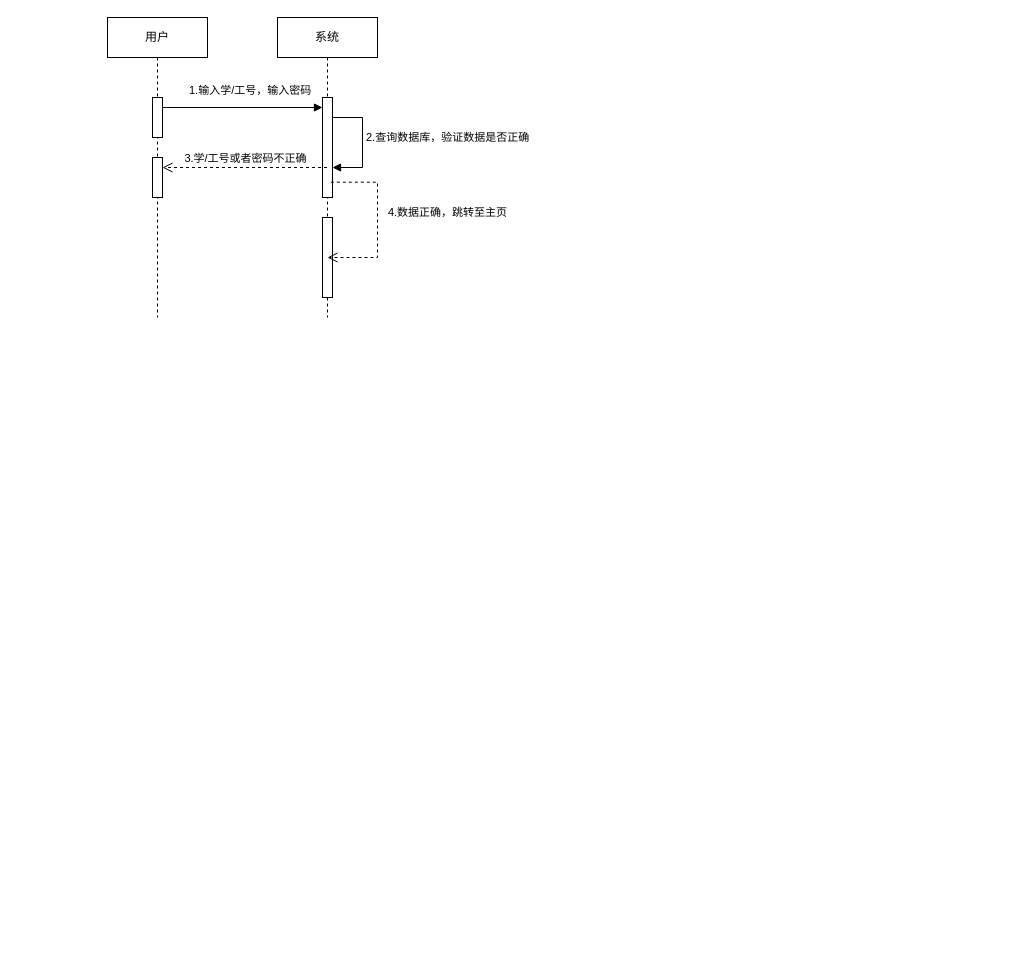
Above: 顺序图（开发组）.drawio in Huangzhu-zhu/- (draw.io), before the change. Source tidied: cells renumbered, new cells numbered last; positions are measured from the earlier drawing's top-left corner, leaving out a move shared by most shapes. Both pictures are drawn from the tidied source at 100%, with x=0, y=0 at pixel (107, 17).
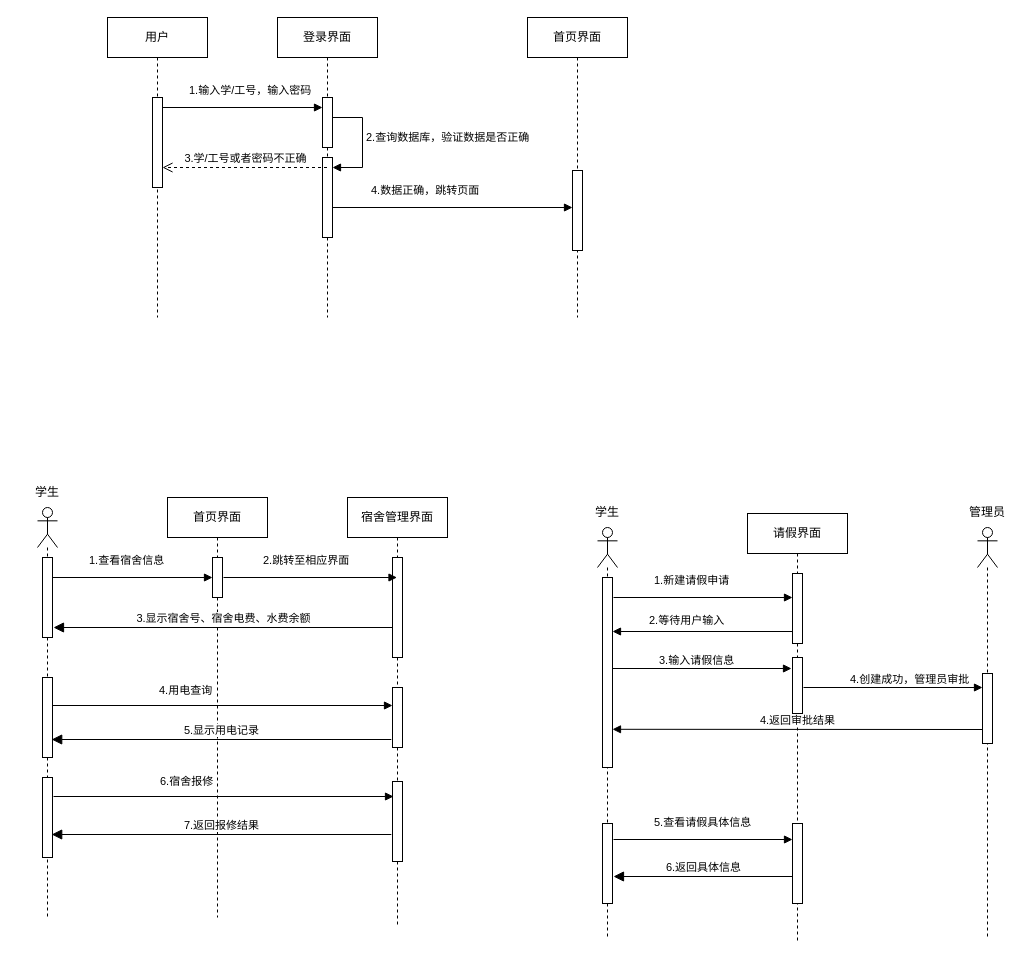
The same page after the edit.

Commit message (it also covers changes not shown here):
更新顺序图（开发组）.drawio

Unchanged cells that the change refers to:
```xml
<mxCell id="2" value="用户" style="shape=umlLifeline;perimeter=lifelinePerimeter;whiteSpace=wrap;html=1;newEdgeStyle={&quot;curved&quot;:0,&quot;rounded&quot;:0};" parent="1" vertex="1">
  <mxGeometry width="100" height="300" as="geometry" />
</mxCell>
```

The edit, as a diff of the source:
```diff
@@
     <mxCell id="3" style="html=1;perimeter=orthogonalPerimeter;targetShapes=umlLifeline;newEdgeStyle={&quot;curved&quot;:0,&quot;rounded&quot;:0};" parent="2" vertex="1">
-      <mxGeometry x="45" y="80" width="10" height="40" as="geometry" />
+      <mxGeometry x="45" y="80" width="10" height="90" as="geometry" />
     </mxCell>
-    <mxCell id="4" style="html=1;points=[[0,0,0,0,5],[0,1,0,0,-5],[1,0,0,0,5],[1,1,0,0,-5]];perimeter=orthogonalPerimeter;outlineConnect=0;targetShapes=umlLifeline;portConstraint=eastwest;newEdgeStyle={&quot;curved&quot;:0,&quot;rounded&quot;:0};" parent="2" vertex="1">
-      <mxGeometry x="45" y="140" width="10" height="40" as="geometry" />
-    </mxCell>
-    <mxCell id="5" value="系统" style="shape=umlLifeline;perimeter=lifelinePerimeter;whiteSpace=wrap;html=1;outlineConnect=0;portConstraint=eastwest;newEdgeStyle={&quot;curved&quot;:0,&quot;rounded&quot;:0};" parent="1" vertex="1">
+    <mxCell id="5" value="登录界面" style="shape=umlLifeline;perimeter=lifelinePerimeter;whiteSpace=wrap;html=1;outlineConnect=0;portConstraint=eastwest;newEdgeStyle={&quot;curved&quot;:0,&quot;rounded&quot;:0};" parent="1" vertex="1">
       <mxGeometry x="170" width="100" height="300" as="geometry" />
     </mxCell>
     <mxCell id="6" style="html=1;points=[[0,0,0,0,5],[0,1,0,0,-5],[1,0,0,0,5],[1,1,0,0,-5]];perimeter=orthogonalPerimeter;outlineConnect=0;targetShapes=umlLifeline;portConstraint=eastwest;newEdgeStyle={&quot;curved&quot;:0,&quot;rounded&quot;:0};" parent="5" vertex="1">
-      <mxGeometry x="45" y="80" width="10" height="100" as="geometry" />
+      <mxGeometry x="45" y="80" width="10" height="50" as="geometry" />
     </mxCell>
@@
-    <mxCell id="8" style="html=1;points=[[0,0,0,0,5],[0,1,0,0,-5],[1,0,0,0,5],[1,1,0,0,-5]];perimeter=orthogonalPerimeter;outlineConnect=0;targetShapes=umlLifeline;portConstraint=eastwest;newEdgeStyle={&quot;curved&quot;:0,&quot;rounded&quot;:0};" parent="5" vertex="1">
-      <mxGeometry x="45" y="200" width="10" height="80" as="geometry" />
-    </mxCell>
-    <mxCell id="9" value="4.数据正确，跳转至主页" style="html=1;verticalAlign=bottom;endArrow=open;dashed=1;endSize=8;rounded=0;edgeStyle=orthogonalEdgeStyle;entryX=0.5;entryY=0.5;entryDx=0;entryDy=0;entryPerimeter=0;exitX=0.833;exitY=0.847;exitDx=0;exitDy=0;exitPerimeter=0;" parent="5" edge="1" source="6" target="8">
-      <mxGeometry y="70" relative="1" as="geometry">
-        <Array as="points">
-          <mxPoint x="100" y="165" />
-          <mxPoint x="100" y="240" />
-        </Array>
-      </mxGeometry>
-    </mxCell>
+    <mxCell id="12" style="html=1;perimeter=orthogonalPerimeter;targetShapes=umlLifeline;newEdgeStyle={&quot;curved&quot;:0,&quot;rounded&quot;:0};" parent="5" vertex="1">
+      <mxGeometry x="45" y="140" width="10" height="80" as="geometry" />
+    </mxCell>
@@
-    <mxCell id="11" value="3.学/工号或者密码不正确" style="html=1;verticalAlign=bottom;endArrow=open;dashed=1;endSize=8;curved=0;rounded=0;" parent="1" edge="1" source="5" target="4">
-      <mxGeometry relative="1" as="geometry" />
+    <mxCell id="11" value="3.学/工号或者密码不正确" style="html=1;verticalAlign=bottom;endArrow=open;dashed=1;endSize=8;curved=0;rounded=0;" parent="1" edge="1" source="5">
+      <mxGeometry relative="1" as="geometry">
+        <mxPoint x="55" y="150" as="targetPoint" />
+      </mxGeometry>
     </mxCell>
+    <mxCell id="13" style="shape=umlLifeline;perimeter=lifelinePerimeter;whiteSpace=wrap;html=1;newEdgeStyle={&quot;curved&quot;:0,&quot;rounded&quot;:0};participant=umlActor;" parent="1" vertex="1">
+      <mxGeometry x="-70" y="490" width="20" height="410" as="geometry" />
+    </mxCell>
+    <mxCell id="14" style="html=1;perimeter=orthogonalPerimeter;targetShapes=umlLifeline;newEdgeStyle={&quot;curved&quot;:0,&quot;rounded&quot;:0};" parent="13" vertex="1">
+      <mxGeometry x="5" y="50" width="10" height="80" as="geometry" />
+    </mxCell>
+    <mxCell id="15" style="html=1;perimeter=orthogonalPerimeter;targetShapes=umlLifeline;newEdgeStyle={&quot;curved&quot;:0,&quot;rounded&quot;:0};" parent="13" vertex="1">
+      <mxGeometry x="5" y="170" width="10" height="80" as="geometry" />
+    </mxCell>
+    <mxCell id="16" style="html=1;perimeter=orthogonalPerimeter;targetShapes=umlLifeline;newEdgeStyle={&quot;curved&quot;:0,&quot;rounded&quot;:0};" parent="13" vertex="1">
+      <mxGeometry x="5" y="270" width="10" height="80" as="geometry" />
+    </mxCell>
+    <mxCell id="17" value="首页界面" style="shape=umlLifeline;perimeter=lifelinePerimeter;whiteSpace=wrap;html=1;newEdgeStyle={&quot;curved&quot;:0,&quot;rounded&quot;:0};" parent="1" vertex="1">
+      <mxGeometry x="60" y="480" width="100" height="420" as="geometry" />
+    </mxCell>
+    <mxCell id="18" style="html=1;perimeter=orthogonalPerimeter;targetShapes=umlLifeline;newEdgeStyle={&quot;curved&quot;:0,&quot;rounded&quot;:0};" parent="17" vertex="1">
+      <mxGeometry x="45" y="60" width="10" height="40" as="geometry" />
+    </mxCell>
+    <mxCell id="19" value="学生" style="text;html=1;strokeColor=none;fillColor=none;align=center;verticalAlign=middle;whiteSpace=wrap;rounded=0;" parent="1" vertex="1">
+      <mxGeometry x="-90" y="460" width="60" height="30" as="geometry" />
+    </mxCell>
+    <mxCell id="20" value="宿舍管理界面" style="shape=umlLifeline;perimeter=lifelinePerimeter;whiteSpace=wrap;html=1;outlineConnect=0;portConstraint=eastwest;newEdgeStyle={&quot;curved&quot;:0,&quot;rounded&quot;:0};" parent="1" vertex="1">
+      <mxGeometry x="240" y="480" width="100" height="430" as="geometry" />
+    </mxCell>
+    <mxCell id="21" style="html=1;perimeter=orthogonalPerimeter;targetShapes=umlLifeline;newEdgeStyle={&quot;curved&quot;:0,&quot;rounded&quot;:0};" parent="20" vertex="1">
+      <mxGeometry x="45" y="60" width="10" height="100" as="geometry" />
+    </mxCell>
+    <mxCell id="22" style="html=1;perimeter=orthogonalPerimeter;targetShapes=umlLifeline;newEdgeStyle={&quot;curved&quot;:0,&quot;rounded&quot;:0};" parent="20" vertex="1">
+      <mxGeometry x="45" y="190" width="10" height="60" as="geometry" />
+    </mxCell>
+    <mxCell id="23" style="html=1;perimeter=orthogonalPerimeter;targetShapes=umlLifeline;newEdgeStyle={&quot;curved&quot;:0,&quot;rounded&quot;:0};" parent="20" vertex="1">
+      <mxGeometry x="45" y="284" width="10" height="80" as="geometry" />
+    </mxCell>
+    <mxCell id="24" value="1.查看宿舍信息" style="endArrow=block;endFill=1;html=1;edgeStyle=orthogonalEdgeStyle;align=left;verticalAlign=top;rounded=0;" parent="1" edge="1">
+      <mxGeometry x="-0.56" y="30" relative="1" as="geometry">
+        <mxPoint x="-55" y="560" as="sourcePoint" />
+        <mxPoint x="105" y="560" as="targetPoint" />
+      </mxGeometry>
+    </mxCell>
+    <mxCell id="25" value="2.跳转至相应界面" style="endArrow=block;endFill=1;html=1;align=left;verticalAlign=top;rounded=0;" parent="1" edge="1" target="20">
+      <mxGeometry x="-0.56" y="30" relative="1" as="geometry">
+        <mxPoint x="116" y="560" as="sourcePoint" />
+      </mxGeometry>
+    </mxCell>
+    <mxCell id="26" value="3.显示宿舍号、宿舍电费、水费余额" style="html=1;verticalAlign=bottom;endArrow=block;endSize=8;curved=0;rounded=0;endFill=1;" parent="1" edge="1">
+      <mxGeometry relative="1" as="geometry">
+        <mxPoint x="285.5" y="610" as="sourcePoint" />
+        <mxPoint x="-54" y="610" as="targetPoint" />
+      </mxGeometry>
+    </mxCell>
+    <mxCell id="27" value="4.用电查询" style="endArrow=block;endFill=1;html=1;align=left;verticalAlign=top;rounded=0;" parent="1" edge="1">
+      <mxGeometry x="-0.38" y="28" relative="1" as="geometry">
+        <mxPoint x="-55" y="688" as="sourcePoint" />
+        <mxPoint x="285" y="688" as="targetPoint" />
+      </mxGeometry>
+    </mxCell>
+    <mxCell id="28" value="5.显示用电记录" style="html=1;verticalAlign=bottom;endArrow=block;endSize=8;curved=0;rounded=0;endFill=1;" parent="1" edge="1">
+      <mxGeometry relative="1" as="geometry">
+        <mxPoint x="283.8" y="722" as="sourcePoint" />
+        <mxPoint x="-55.8" y="722" as="targetPoint" />
+      </mxGeometry>
+    </mxCell>
+    <mxCell id="29" value="6.宿舍报修" style="endArrow=block;endFill=1;html=1;align=left;verticalAlign=top;rounded=0;" parent="1" edge="1">
+      <mxGeometry x="-0.38" y="28" relative="1" as="geometry">
+        <mxPoint x="-54" y="779" as="sourcePoint" />
+        <mxPoint x="286" y="779" as="targetPoint" />
+      </mxGeometry>
+    </mxCell>
+    <mxCell id="30" value="7.返回报修结果" style="html=1;verticalAlign=bottom;endArrow=block;endSize=8;curved=0;rounded=0;endFill=1;" parent="1" edge="1">
+      <mxGeometry relative="1" as="geometry">
+        <mxPoint x="283.8" y="817" as="sourcePoint" />
+        <mxPoint x="-55.8" y="817" as="targetPoint" />
+      </mxGeometry>
+    </mxCell>
+    <mxCell id="31" style="shape=umlLifeline;perimeter=lifelinePerimeter;whiteSpace=wrap;html=1;newEdgeStyle={&quot;curved&quot;:0,&quot;rounded&quot;:0};participant=umlActor;" parent="1" vertex="1">
+      <mxGeometry x="490" y="510" width="20" height="410" as="geometry" />
+    </mxCell>
+    <mxCell id="32" style="html=1;perimeter=orthogonalPerimeter;targetShapes=umlLifeline;newEdgeStyle={&quot;curved&quot;:0,&quot;rounded&quot;:0};" parent="31" vertex="1">
+      <mxGeometry x="5" y="50" width="10" height="190" as="geometry" />
+    </mxCell>
+    <mxCell id="33" value="学生" style="text;html=1;strokeColor=none;fillColor=none;align=center;verticalAlign=middle;whiteSpace=wrap;rounded=0;" parent="1" vertex="1">
+      <mxGeometry x="470" y="480" width="60" height="30" as="geometry" />
+    </mxCell>
+    <mxCell id="34" value="请假界面" style="shape=umlLifeline;perimeter=lifelinePerimeter;whiteSpace=wrap;html=1;newEdgeStyle={&quot;curved&quot;:0,&quot;rounded&quot;:0};" parent="1" vertex="1">
+      <mxGeometry x="640" y="496" width="100" height="430" as="geometry" />
+    </mxCell>
+    <mxCell id="35" style="html=1;points=[[0,0,0,0,5],[0,1,0,0,-5],[1,0,0,0,5],[1,1,0,0,-5]];perimeter=orthogonalPerimeter;outlineConnect=0;targetShapes=umlLifeline;portConstraint=eastwest;newEdgeStyle={&quot;curved&quot;:0,&quot;rounded&quot;:0};" parent="34" vertex="1">
+      <mxGeometry x="45" y="60" width="10" height="70" as="geometry" />
+    </mxCell>
+    <mxCell id="36" style="html=1;perimeter=orthogonalPerimeter;targetShapes=umlLifeline;newEdgeStyle={&quot;curved&quot;:0,&quot;rounded&quot;:0};" parent="34" vertex="1">
+      <mxGeometry x="45" y="144" width="10" height="56" as="geometry" />
+    </mxCell>
+    <mxCell id="37" value="1.新建请假申请" style="endArrow=block;endFill=1;html=1;align=left;verticalAlign=top;rounded=0;" parent="1" edge="1" target="35">
+      <mxGeometry x="-0.56" y="30" relative="1" as="geometry">
+        <mxPoint x="506" y="580" as="sourcePoint" />
+      </mxGeometry>
+    </mxCell>
+    <mxCell id="38" value="2.等待用户输入" style="endArrow=block;endFill=1;html=1;align=left;verticalAlign=top;rounded=0;" parent="1" edge="1">
+      <mxGeometry x="0.61" y="-24" relative="1" as="geometry">
+        <mxPoint x="685" y="614" as="sourcePoint" />
+        <mxPoint x="505" y="614" as="targetPoint" />
+      </mxGeometry>
+    </mxCell>
+    <mxCell id="39" value="3.输入请假信息" style="endArrow=block;endFill=1;html=1;align=left;verticalAlign=top;rounded=0;" parent="1" edge="1">
+      <mxGeometry x="-0.5" y="21" relative="1" as="geometry">
+        <mxPoint x="505" y="651" as="sourcePoint" />
+        <mxPoint x="684" y="651" as="targetPoint" />
+      </mxGeometry>
+    </mxCell>
+    <mxCell id="40" value="4.返回审批结果" style="html=1;verticalAlign=bottom;endArrow=block;curved=0;rounded=0;endFill=1;" parent="1" edge="1">
+      <mxGeometry relative="1" as="geometry">
+        <mxPoint x="875" y="712" as="sourcePoint" />
+        <mxPoint x="505" y="711.8" as="targetPoint" />
+      </mxGeometry>
+    </mxCell>
+    <mxCell id="41" value="首页界面" style="shape=umlLifeline;perimeter=lifelinePerimeter;whiteSpace=wrap;html=1;newEdgeStyle={&quot;curved&quot;:0,&quot;rounded&quot;:0};" parent="1" vertex="1">
+      <mxGeometry x="420" width="100" height="300" as="geometry" />
+    </mxCell>
+    <mxCell id="42" style="html=1;points=[[0,0,0,0,5],[0,1,0,0,-5],[1,0,0,0,5],[1,1,0,0,-5]];perimeter=orthogonalPerimeter;outlineConnect=0;targetShapes=umlLifeline;portConstraint=eastwest;newEdgeStyle={&quot;curved&quot;:0,&quot;rounded&quot;:0};" parent="41" vertex="1">
+      <mxGeometry x="45" y="153" width="10" height="80" as="geometry" />
+    </mxCell>
+    <mxCell id="43" value="4.数据正确，跳转页面" style="endArrow=block;endFill=1;html=1;align=left;verticalAlign=top;rounded=0;" parent="1" edge="1" target="42">
+      <mxGeometry x="-0.69" y="30" relative="1" as="geometry">
+        <mxPoint x="225" y="190" as="sourcePoint" />
+      </mxGeometry>
+    </mxCell>
+    <mxCell id="44" style="shape=umlLifeline;perimeter=lifelinePerimeter;whiteSpace=wrap;html=1;newEdgeStyle={&quot;curved&quot;:0,&quot;rounded&quot;:0};participant=umlActor;" parent="1" vertex="1">
+      <mxGeometry x="870" y="510" width="20" height="410" as="geometry" />
+    </mxCell>
+    <mxCell id="45" style="html=1;perimeter=orthogonalPerimeter;targetShapes=umlLifeline;newEdgeStyle={&quot;curved&quot;:0,&quot;rounded&quot;:0};" parent="44" vertex="1">
+      <mxGeometry x="5" y="146" width="10" height="70" as="geometry" />
+    </mxCell>
+    <mxCell id="46" value="管理员" style="text;html=1;strokeColor=none;fillColor=none;align=center;verticalAlign=middle;whiteSpace=wrap;rounded=0;" parent="1" vertex="1">
+      <mxGeometry x="850" y="480" width="60" height="30" as="geometry" />
+    </mxCell>
+    <mxCell id="47" value="4.创建成功，管理员审批" style="endArrow=block;endFill=1;html=1;align=left;verticalAlign=top;rounded=0;" parent="1" edge="1">
+      <mxGeometry x="-0.5" y="21" relative="1" as="geometry">
+        <mxPoint x="696" y="670" as="sourcePoint" />
+        <mxPoint x="875" y="670" as="targetPoint" />
+      </mxGeometry>
+    </mxCell>
+    <mxCell id="48" style="html=1;perimeter=orthogonalPerimeter;targetShapes=umlLifeline;newEdgeStyle={&quot;curved&quot;:0,&quot;rounded&quot;:0};" parent="1" vertex="1">
+      <mxGeometry x="495" y="806" width="10" height="80" as="geometry" />
+    </mxCell>
+    <mxCell id="49" style="html=1;perimeter=orthogonalPerimeter;targetShapes=umlLifeline;newEdgeStyle={&quot;curved&quot;:0,&quot;rounded&quot;:0};" parent="1" vertex="1">
+      <mxGeometry x="685" y="806" width="10" height="80" as="geometry" />
+    </mxCell>
+    <mxCell id="50" value="5.查看请假具体信息" style="endArrow=block;endFill=1;html=1;align=left;verticalAlign=top;rounded=0;" parent="1" edge="1">
+      <mxGeometry x="-0.56" y="30" relative="1" as="geometry">
+        <mxPoint x="506" y="822" as="sourcePoint" />
+        <mxPoint x="685" y="822" as="targetPoint" />
+      </mxGeometry>
+    </mxCell>
+    <mxCell id="51" value="6.返回具体信息" style="html=1;verticalAlign=bottom;endArrow=block;endSize=8;curved=0;rounded=0;endFill=1;" parent="1" edge="1">
+      <mxGeometry relative="1" as="geometry">
+        <mxPoint x="685.5" y="859" as="sourcePoint" />
+        <mxPoint x="506" y="859" as="targetPoint" />
+      </mxGeometry>
+    </mxCell>
```
